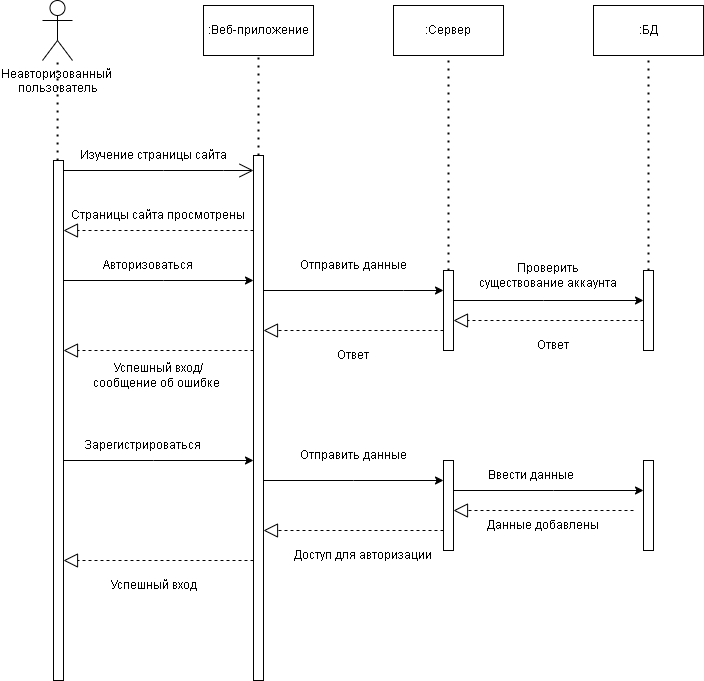
Above: documentation/diagrams/Sequence_diagram_nonau.png in money-pie/moneypie (draw.io), before the change. Source tidied: cells renumbered, new cells last; positions are measured from the earlier drawing's top-left corner, leaving out a move shared by most shapes. Its diagram source:
```xml
<mxGraphModel>
  <root>
    <mxCell id="0" />
    <mxCell id="1" parent="0" />
    <mxCell id="2" value="Неавторизованный&amp;nbsp;&lt;br&gt;пользователь" style="shape=umlActor;verticalLabelPosition=bottom;verticalAlign=top;html=1;outlineConnect=0;" parent="1" vertex="1">
      <mxGeometry width="30" height="60" as="geometry" />
    </mxCell>
    <mxCell id="3" style="html=1;points=[];perimeter=orthogonalPerimeter;outlineConnect=0;targetShapes=umlLifeline;portConstraint=eastwest;newEdgeStyle={&quot;edgeStyle&quot;:&quot;elbowEdgeStyle&quot;,&quot;elbow&quot;:&quot;vertical&quot;,&quot;curved&quot;:0,&quot;rounded&quot;:0};" parent="1" vertex="1">
      <mxGeometry x="11" y="160" width="10" height="520" as="geometry" />
    </mxCell>
    <mxCell id="4" style="html=1;points=[];perimeter=orthogonalPerimeter;outlineConnect=0;targetShapes=umlLifeline;portConstraint=eastwest;newEdgeStyle={&quot;edgeStyle&quot;:&quot;elbowEdgeStyle&quot;,&quot;elbow&quot;:&quot;vertical&quot;,&quot;curved&quot;:0,&quot;rounded&quot;:0};" parent="1" vertex="1">
      <mxGeometry x="211" y="155" width="10" height="525" as="geometry" />
    </mxCell>
    <mxCell id="5" style="html=1;points=[];perimeter=orthogonalPerimeter;outlineConnect=0;targetShapes=umlLifeline;portConstraint=eastwest;newEdgeStyle={&quot;edgeStyle&quot;:&quot;elbowEdgeStyle&quot;,&quot;elbow&quot;:&quot;vertical&quot;,&quot;curved&quot;:0,&quot;rounded&quot;:0};" parent="1" vertex="1">
      <mxGeometry x="401" y="270" width="10" height="80" as="geometry" />
    </mxCell>
    <mxCell id="6" style="html=1;points=[];perimeter=orthogonalPerimeter;outlineConnect=0;targetShapes=umlLifeline;portConstraint=eastwest;newEdgeStyle={&quot;edgeStyle&quot;:&quot;elbowEdgeStyle&quot;,&quot;elbow&quot;:&quot;vertical&quot;,&quot;curved&quot;:0,&quot;rounded&quot;:0};" parent="1" vertex="1">
      <mxGeometry x="401" y="460" width="10" height="90" as="geometry" />
    </mxCell>
    <mxCell id="7" style="html=1;points=[];perimeter=orthogonalPerimeter;outlineConnect=0;targetShapes=umlLifeline;portConstraint=eastwest;newEdgeStyle={&quot;edgeStyle&quot;:&quot;elbowEdgeStyle&quot;,&quot;elbow&quot;:&quot;vertical&quot;,&quot;curved&quot;:0,&quot;rounded&quot;:0};" parent="1" vertex="1">
      <mxGeometry x="601" y="270" width="10" height="80" as="geometry" />
    </mxCell>
    <mxCell id="8" style="html=1;points=[];perimeter=orthogonalPerimeter;outlineConnect=0;targetShapes=umlLifeline;portConstraint=eastwest;newEdgeStyle={&quot;edgeStyle&quot;:&quot;elbowEdgeStyle&quot;,&quot;elbow&quot;:&quot;vertical&quot;,&quot;curved&quot;:0,&quot;rounded&quot;:0};" parent="1" vertex="1">
      <mxGeometry x="601" y="460" width="10" height="90" as="geometry" />
    </mxCell>
    <mxCell id="9" value=":Веб-приложение" style="html=1;whiteSpace=wrap;" parent="1" vertex="1">
      <mxGeometry x="161" y="5" width="110" height="50" as="geometry" />
    </mxCell>
    <mxCell id="10" value=":Сервер" style="html=1;whiteSpace=wrap;" parent="1" vertex="1">
      <mxGeometry x="351" y="5" width="110" height="50" as="geometry" />
    </mxCell>
    <mxCell id="11" value=":БД" style="html=1;whiteSpace=wrap;" parent="1" vertex="1">
      <mxGeometry x="551" y="5" width="110" height="50" as="geometry" />
    </mxCell>
    <mxCell id="12" style="endArrow=none;dashed=1;html=1;dashPattern=1 3;strokeWidth=2;rounded=0;" parent="1" edge="1" source="3" target="2">
      <mxGeometry relative="1" as="geometry" />
    </mxCell>
    <mxCell id="13" style="endArrow=open;endFill=1;endSize=12;html=1;rounded=0;" parent="1" edge="1" source="3" target="4">
      <mxGeometry relative="1" as="geometry">
        <Array as="points">
          <mxPoint x="121" y="170" />
          <mxPoint x="181" y="170" />
        </Array>
      </mxGeometry>
    </mxCell>
    <mxCell id="14" style="endArrow=block;dashed=1;endFill=0;endSize=12;html=1;rounded=0;" parent="1" edge="1" source="4" target="3">
      <mxGeometry relative="1" as="geometry">
        <Array as="points">
          <mxPoint x="121" y="230" />
        </Array>
      </mxGeometry>
    </mxCell>
    <mxCell id="15" value="Изучение страницы сайта" style="text;html=1;strokeColor=none;fillColor=none;align=center;verticalAlign=middle;whiteSpace=wrap;rounded=0;" parent="1" vertex="1">
      <mxGeometry x="31" y="140" width="160" height="30" as="geometry" />
    </mxCell>
    <mxCell id="16" value="Страницы сайта просмотрены" style="text;html=1;strokeColor=none;fillColor=none;align=center;verticalAlign=middle;whiteSpace=wrap;rounded=0;" parent="1" vertex="1">
      <mxGeometry x="21" y="200" width="190" height="30" as="geometry" />
    </mxCell>
    <mxCell id="17" style="endArrow=classic;html=1;rounded=0;" parent="1" edge="1" source="3" target="4">
      <mxGeometry relative="1" as="geometry">
        <Array as="points">
          <mxPoint x="121" y="280" />
        </Array>
      </mxGeometry>
    </mxCell>
    <mxCell id="18" value="Авторизоваться" style="text;html=1;strokeColor=none;fillColor=none;align=center;verticalAlign=middle;whiteSpace=wrap;rounded=0;" parent="1" vertex="1">
      <mxGeometry x="31" y="250" width="150" height="30" as="geometry" />
    </mxCell>
    <mxCell id="19" style="endArrow=classic;html=1;rounded=0;" parent="1" edge="1" source="4" target="5">
      <mxGeometry relative="1" as="geometry">
        <Array as="points">
          <mxPoint x="361" y="290" />
        </Array>
      </mxGeometry>
    </mxCell>
    <mxCell id="20" value="Отправить данные" style="text;html=1;strokeColor=none;fillColor=none;align=center;verticalAlign=middle;whiteSpace=wrap;rounded=0;" parent="1" vertex="1">
      <mxGeometry x="251" y="250" width="120" height="30" as="geometry" />
    </mxCell>
    <mxCell id="21" style="endArrow=classic;html=1;rounded=0;" parent="1" edge="1" source="5" target="7">
      <mxGeometry relative="1" as="geometry">
        <Array as="points">
          <mxPoint x="501" y="300" />
        </Array>
      </mxGeometry>
    </mxCell>
    <mxCell id="22" value="Проверить существование аккаунта" style="text;html=1;strokeColor=none;fillColor=none;align=center;verticalAlign=middle;whiteSpace=wrap;rounded=0;" parent="1" vertex="1">
      <mxGeometry x="431" y="260" width="150" height="30" as="geometry" />
    </mxCell>
    <mxCell id="23" style="endArrow=none;dashed=1;html=1;dashPattern=1 3;strokeWidth=2;rounded=0;entryX=0.5;entryY=1;entryDx=0;entryDy=0;" parent="1" edge="1" source="4" target="9">
      <mxGeometry relative="1" as="geometry" />
    </mxCell>
    <mxCell id="24" style="endArrow=none;dashed=1;html=1;dashPattern=1 3;strokeWidth=2;rounded=0;entryX=0.5;entryY=1;entryDx=0;entryDy=0;" parent="1" edge="1" source="5" target="10">
      <mxGeometry relative="1" as="geometry" />
    </mxCell>
    <mxCell id="25" style="endArrow=none;dashed=1;html=1;dashPattern=1 3;strokeWidth=2;rounded=0;entryX=0.5;entryY=1;entryDx=0;entryDy=0;" parent="1" edge="1" source="7" target="11">
      <mxGeometry relative="1" as="geometry" />
    </mxCell>
    <mxCell id="26" style="endArrow=block;dashed=1;endFill=0;endSize=12;html=1;rounded=0;" parent="1" edge="1" source="7" target="5">
      <mxGeometry relative="1" as="geometry">
        <Array as="points">
          <mxPoint x="541" y="320" />
        </Array>
      </mxGeometry>
    </mxCell>
    <mxCell id="27" style="endArrow=block;dashed=1;endFill=0;endSize=12;html=1;rounded=0;" parent="1" edge="1" source="5">
      <mxGeometry relative="1" as="geometry">
        <mxPoint x="221" y="330" as="targetPoint" />
        <Array as="points">
          <mxPoint x="331" y="330" />
          <mxPoint x="311" y="330" />
        </Array>
      </mxGeometry>
    </mxCell>
    <mxCell id="28" style="endArrow=block;dashed=1;endFill=0;endSize=12;html=1;rounded=0;" parent="1" edge="1" source="4" target="3">
      <mxGeometry relative="1" as="geometry">
        <Array as="points">
          <mxPoint x="121" y="350" />
        </Array>
      </mxGeometry>
    </mxCell>
    <mxCell id="29" value="Ответ" style="text;html=1;strokeColor=none;fillColor=none;align=center;verticalAlign=middle;whiteSpace=wrap;rounded=0;" parent="1" vertex="1">
      <mxGeometry x="481" y="330" width="60" height="30" as="geometry" />
    </mxCell>
    <mxCell id="30" value="Ответ" style="text;html=1;strokeColor=none;fillColor=none;align=center;verticalAlign=middle;whiteSpace=wrap;rounded=0;" parent="1" vertex="1">
      <mxGeometry x="281" y="340" width="60" height="30" as="geometry" />
    </mxCell>
    <mxCell id="31" value="Успешный вход/ сообщение об ошибке&amp;nbsp;" style="text;html=1;strokeColor=none;fillColor=none;align=center;verticalAlign=middle;whiteSpace=wrap;rounded=0;" parent="1" vertex="1">
      <mxGeometry x="41" y="360" width="150" height="30" as="geometry" />
    </mxCell>
    <mxCell id="32" style="endArrow=classic;html=1;rounded=0;" parent="1" edge="1" source="3" target="4">
      <mxGeometry relative="1" as="geometry">
        <Array as="points">
          <mxPoint x="111" y="460" />
        </Array>
      </mxGeometry>
    </mxCell>
    <mxCell id="33" style="endArrow=classic;html=1;rounded=0;" parent="1" edge="1" source="4" target="6">
      <mxGeometry relative="1" as="geometry">
        <Array as="points">
          <mxPoint x="311" y="480" />
        </Array>
      </mxGeometry>
    </mxCell>
    <mxCell id="34" style="endArrow=classic;html=1;rounded=0;" parent="1" edge="1" source="6" target="8">
      <mxGeometry relative="1" as="geometry">
        <Array as="points">
          <mxPoint x="511" y="490" />
        </Array>
      </mxGeometry>
    </mxCell>
    <mxCell id="35" value="Зарегистрироваться" style="text;html=1;strokeColor=none;fillColor=none;align=center;verticalAlign=middle;whiteSpace=wrap;rounded=0;" parent="1" vertex="1">
      <mxGeometry x="61" y="430" width="80" height="30" as="geometry" />
    </mxCell>
    <mxCell id="36" value="Отправить данные" style="text;html=1;strokeColor=none;fillColor=none;align=center;verticalAlign=middle;whiteSpace=wrap;rounded=0;" parent="1" vertex="1">
      <mxGeometry x="251" y="440" width="120" height="30" as="geometry" />
    </mxCell>
    <mxCell id="37" value="Ввести данные" style="text;html=1;strokeColor=none;fillColor=none;align=center;verticalAlign=middle;whiteSpace=wrap;rounded=0;" parent="1" vertex="1">
      <mxGeometry x="441" y="460" width="95" height="30" as="geometry" />
    </mxCell>
    <mxCell id="38" style="endArrow=block;dashed=1;endFill=0;endSize=12;html=1;rounded=0;" parent="1" edge="1" target="6">
      <mxGeometry relative="1" as="geometry">
        <mxPoint x="591" y="510" as="sourcePoint" />
      </mxGeometry>
    </mxCell>
    <mxCell id="39" style="endArrow=block;dashed=1;endFill=0;endSize=12;html=1;rounded=0;" parent="1" edge="1" source="6" target="4">
      <mxGeometry relative="1" as="geometry">
        <Array as="points">
          <mxPoint x="311" y="530" />
        </Array>
      </mxGeometry>
    </mxCell>
    <mxCell id="40" style="endArrow=block;dashed=1;endFill=0;endSize=12;html=1;rounded=0;" parent="1" edge="1" source="4" target="3">
      <mxGeometry relative="1" as="geometry">
        <Array as="points">
          <mxPoint x="111" y="560" />
        </Array>
      </mxGeometry>
    </mxCell>
    <mxCell id="41" value="Данные добавлены" style="text;html=1;strokeColor=none;fillColor=none;align=center;verticalAlign=middle;whiteSpace=wrap;rounded=0;" parent="1" vertex="1">
      <mxGeometry x="441" y="510" width="120" height="30" as="geometry" />
    </mxCell>
    <mxCell id="42" value="Доступ для авторизации" style="text;html=1;strokeColor=none;fillColor=none;align=center;verticalAlign=middle;whiteSpace=wrap;rounded=0;" parent="1" vertex="1">
      <mxGeometry x="251" y="540" width="140" height="30" as="geometry" />
    </mxCell>
    <mxCell id="43" value="Успешный вход" style="text;html=1;strokeColor=none;fillColor=none;align=center;verticalAlign=middle;whiteSpace=wrap;rounded=0;" parent="1" vertex="1">
      <mxGeometry x="31" y="570" width="160" height="30" as="geometry" />
    </mxCell>
  </root>
</mxGraphModel>
```
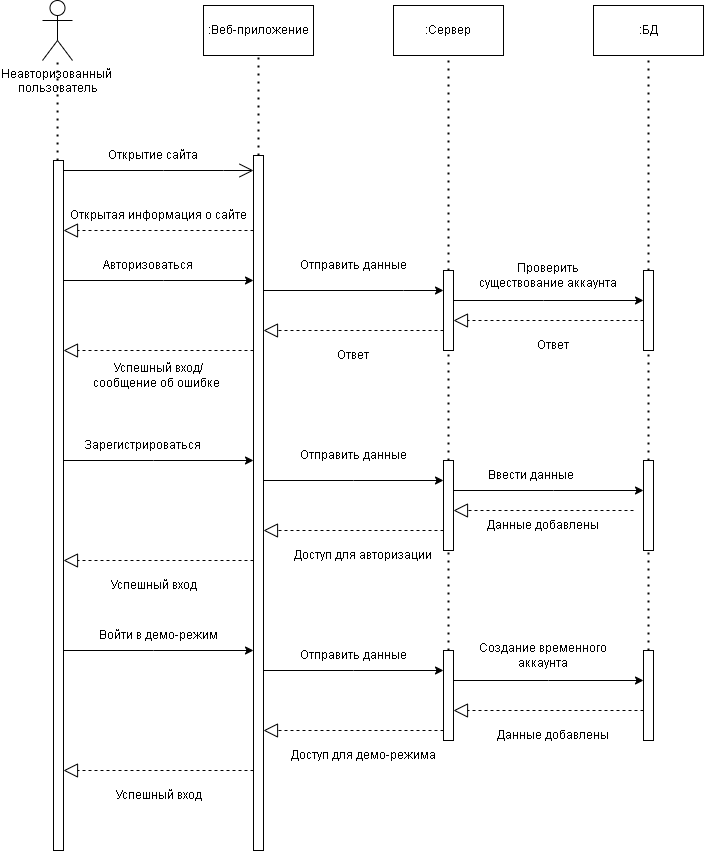
The same file after the commit.

What changed in the source:
```diff
@@ -6,10 +6,10 @@
       <mxGeometry width="30" height="60" as="geometry" />
     </mxCell>
     <mxCell id="3" style="html=1;points=[];perimeter=orthogonalPerimeter;outlineConnect=0;targetShapes=umlLifeline;portConstraint=eastwest;newEdgeStyle={&quot;edgeStyle&quot;:&quot;elbowEdgeStyle&quot;,&quot;elbow&quot;:&quot;vertical&quot;,&quot;curved&quot;:0,&quot;rounded&quot;:0};" parent="1" vertex="1">
-      <mxGeometry x="11" y="160" width="10" height="520" as="geometry" />
+      <mxGeometry x="11" y="160" width="10" height="690" as="geometry" />
     </mxCell>
     <mxCell id="4" style="html=1;points=[];perimeter=orthogonalPerimeter;outlineConnect=0;targetShapes=umlLifeline;portConstraint=eastwest;newEdgeStyle={&quot;edgeStyle&quot;:&quot;elbowEdgeStyle&quot;,&quot;elbow&quot;:&quot;vertical&quot;,&quot;curved&quot;:0,&quot;rounded&quot;:0};" parent="1" vertex="1">
-      <mxGeometry x="211" y="155" width="10" height="525" as="geometry" />
+      <mxGeometry x="211" y="155" width="10" height="695" as="geometry" />
     </mxCell>
     <mxCell id="5" style="html=1;points=[];perimeter=orthogonalPerimeter;outlineConnect=0;targetShapes=umlLifeline;portConstraint=eastwest;newEdgeStyle={&quot;edgeStyle&quot;:&quot;elbowEdgeStyle&quot;,&quot;elbow&quot;:&quot;vertical&quot;,&quot;curved&quot;:0,&quot;rounded&quot;:0};" parent="1" vertex="1">
       <mxGeometry x="401" y="270" width="10" height="80" as="geometry" />
@@ -50,14 +50,15 @@
         </Array>
       </mxGeometry>
     </mxCell>
-    <mxCell id="15" value="Изучение страницы сайта" style="text;html=1;strokeColor=none;fillColor=none;align=center;verticalAlign=middle;whiteSpace=wrap;rounded=0;" parent="1" vertex="1">
+    <mxCell id="15" value="Открытие сайта" style="text;html=1;strokeColor=none;fillColor=none;align=center;verticalAlign=middle;whiteSpace=wrap;rounded=0;" parent="1" vertex="1">
       <mxGeometry x="31" y="140" width="160" height="30" as="geometry" />
     </mxCell>
-    <mxCell id="16" value="Страницы сайта просмотрены" style="text;html=1;strokeColor=none;fillColor=none;align=center;verticalAlign=middle;whiteSpace=wrap;rounded=0;" parent="1" vertex="1">
+    <mxCell id="16" value="Открытая информация о сайте" style="text;html=1;strokeColor=none;fillColor=none;align=center;verticalAlign=middle;whiteSpace=wrap;rounded=0;" parent="1" vertex="1">
       <mxGeometry x="21" y="200" width="190" height="30" as="geometry" />
     </mxCell>
-    <mxCell id="17" style="endArrow=classic;html=1;rounded=0;" parent="1" edge="1" source="3" target="4">
+    <mxCell id="17" style="endArrow=classic;html=1;rounded=0;" parent="1" edge="1" source="3">
       <mxGeometry relative="1" as="geometry">
+        <mxPoint x="211" y="280" as="targetPoint" />
         <Array as="points">
           <mxPoint x="121" y="280" />
         </Array>
@@ -185,5 +186,83 @@
     <mxCell id="43" value="Успешный вход" style="text;html=1;strokeColor=none;fillColor=none;align=center;verticalAlign=middle;whiteSpace=wrap;rounded=0;" parent="1" vertex="1">
       <mxGeometry x="31" y="570" width="160" height="30" as="geometry" />
     </mxCell>
+    <mxCell id="44" style="endArrow=none;dashed=1;html=1;dashPattern=1 3;strokeWidth=2;rounded=0;" parent="1" edge="1" source="6" target="5">
+      <mxGeometry relative="1" as="geometry" />
+    </mxCell>
+    <mxCell id="45" style="endArrow=none;dashed=1;html=1;dashPattern=1 3;strokeWidth=2;rounded=0;" parent="1" edge="1" source="8" target="7">
+      <mxGeometry relative="1" as="geometry" />
+    </mxCell>
+    <mxCell id="46" style="html=1;points=[];perimeter=orthogonalPerimeter;outlineConnect=0;targetShapes=umlLifeline;portConstraint=eastwest;newEdgeStyle={&quot;edgeStyle&quot;:&quot;elbowEdgeStyle&quot;,&quot;elbow&quot;:&quot;vertical&quot;,&quot;curved&quot;:0,&quot;rounded&quot;:0};" parent="1" vertex="1">
+      <mxGeometry x="601" y="650" width="10" height="90" as="geometry" />
+    </mxCell>
+    <mxCell id="47" style="endArrow=classic;html=1;rounded=0;" parent="1" edge="1" source="3" target="4">
+      <mxGeometry relative="1" as="geometry">
+        <Array as="points">
+          <mxPoint x="111" y="650" />
+        </Array>
+      </mxGeometry>
+    </mxCell>
+    <mxCell id="48" style="html=1;points=[];perimeter=orthogonalPerimeter;outlineConnect=0;targetShapes=umlLifeline;portConstraint=eastwest;newEdgeStyle={&quot;edgeStyle&quot;:&quot;elbowEdgeStyle&quot;,&quot;elbow&quot;:&quot;vertical&quot;,&quot;curved&quot;:0,&quot;rounded&quot;:0};" parent="1" vertex="1">
+      <mxGeometry x="401" y="650" width="10" height="90" as="geometry" />
+    </mxCell>
+    <mxCell id="49" style="endArrow=classic;html=1;rounded=0;" parent="1" edge="1" source="4" target="48">
+      <mxGeometry relative="1" as="geometry">
+        <Array as="points">
+          <mxPoint x="311" y="670" />
+        </Array>
+      </mxGeometry>
+    </mxCell>
+    <mxCell id="50" style="endArrow=classic;html=1;rounded=0;" parent="1" edge="1" source="48" target="46">
+      <mxGeometry relative="1" as="geometry">
+        <Array as="points">
+          <mxPoint x="506" y="680" />
+        </Array>
+      </mxGeometry>
+    </mxCell>
+    <mxCell id="51" style="endArrow=block;dashed=1;endFill=0;endSize=12;html=1;rounded=0;" parent="1" edge="1" source="46" target="48">
+      <mxGeometry relative="1" as="geometry">
+        <Array as="points">
+          <mxPoint x="506" y="710" />
+        </Array>
+      </mxGeometry>
+    </mxCell>
+    <mxCell id="52" style="endArrow=block;dashed=1;endFill=0;endSize=12;html=1;rounded=0;" parent="1" edge="1" source="48" target="4">
+      <mxGeometry relative="1" as="geometry">
+        <Array as="points">
+          <mxPoint x="311" y="730" />
+        </Array>
+      </mxGeometry>
+    </mxCell>
+    <mxCell id="53" style="endArrow=block;dashed=1;endFill=0;endSize=12;html=1;rounded=0;" parent="1" edge="1" source="4" target="3">
+      <mxGeometry relative="1" as="geometry">
+        <Array as="points">
+          <mxPoint x="111" y="770" />
+        </Array>
+      </mxGeometry>
+    </mxCell>
+    <mxCell id="54" value="Войти в демо-режим" style="text;html=1;strokeColor=none;fillColor=none;align=center;verticalAlign=middle;whiteSpace=wrap;rounded=0;" parent="1" vertex="1">
+      <mxGeometry x="53.5" y="620" width="125" height="30" as="geometry" />
+    </mxCell>
+    <mxCell id="55" value="Отправить данные" style="text;html=1;strokeColor=none;fillColor=none;align=center;verticalAlign=middle;whiteSpace=wrap;rounded=0;" parent="1" vertex="1">
+      <mxGeometry x="251" y="640" width="120" height="30" as="geometry" />
+    </mxCell>
+    <mxCell id="56" value="Создание временного аккаунта" style="text;html=1;strokeColor=none;fillColor=none;align=center;verticalAlign=middle;whiteSpace=wrap;rounded=0;" parent="1" vertex="1">
+      <mxGeometry x="436" y="640" width="130" height="30" as="geometry" />
+    </mxCell>
+    <mxCell id="57" value="Данные добавлены" style="text;html=1;strokeColor=none;fillColor=none;align=center;verticalAlign=middle;whiteSpace=wrap;rounded=0;" parent="1" vertex="1">
+      <mxGeometry x="441" y="720" width="140" height="30" as="geometry" />
+    </mxCell>
+    <mxCell id="58" value="Доступ для демо-режима" style="text;html=1;strokeColor=none;fillColor=none;align=center;verticalAlign=middle;whiteSpace=wrap;rounded=0;" parent="1" vertex="1">
+      <mxGeometry x="246" y="740" width="150" height="30" as="geometry" />
+    </mxCell>
+    <mxCell id="59" value="Успешный вход" style="text;html=1;strokeColor=none;fillColor=none;align=center;verticalAlign=middle;whiteSpace=wrap;rounded=0;" parent="1" vertex="1">
+      <mxGeometry x="36" y="780" width="160" height="30" as="geometry" />
+    </mxCell>
+    <mxCell id="60" style="endArrow=none;dashed=1;html=1;dashPattern=1 3;strokeWidth=2;rounded=0;" parent="1" edge="1" source="48" target="6">
+      <mxGeometry relative="1" as="geometry" />
+    </mxCell>
+    <mxCell id="61" style="endArrow=none;dashed=1;html=1;dashPattern=1 3;strokeWidth=2;rounded=0;" parent="1" edge="1" source="46" target="8">
+      <mxGeometry relative="1" as="geometry" />
+    </mxCell>
   </root>
 </mxGraphModel>
```
